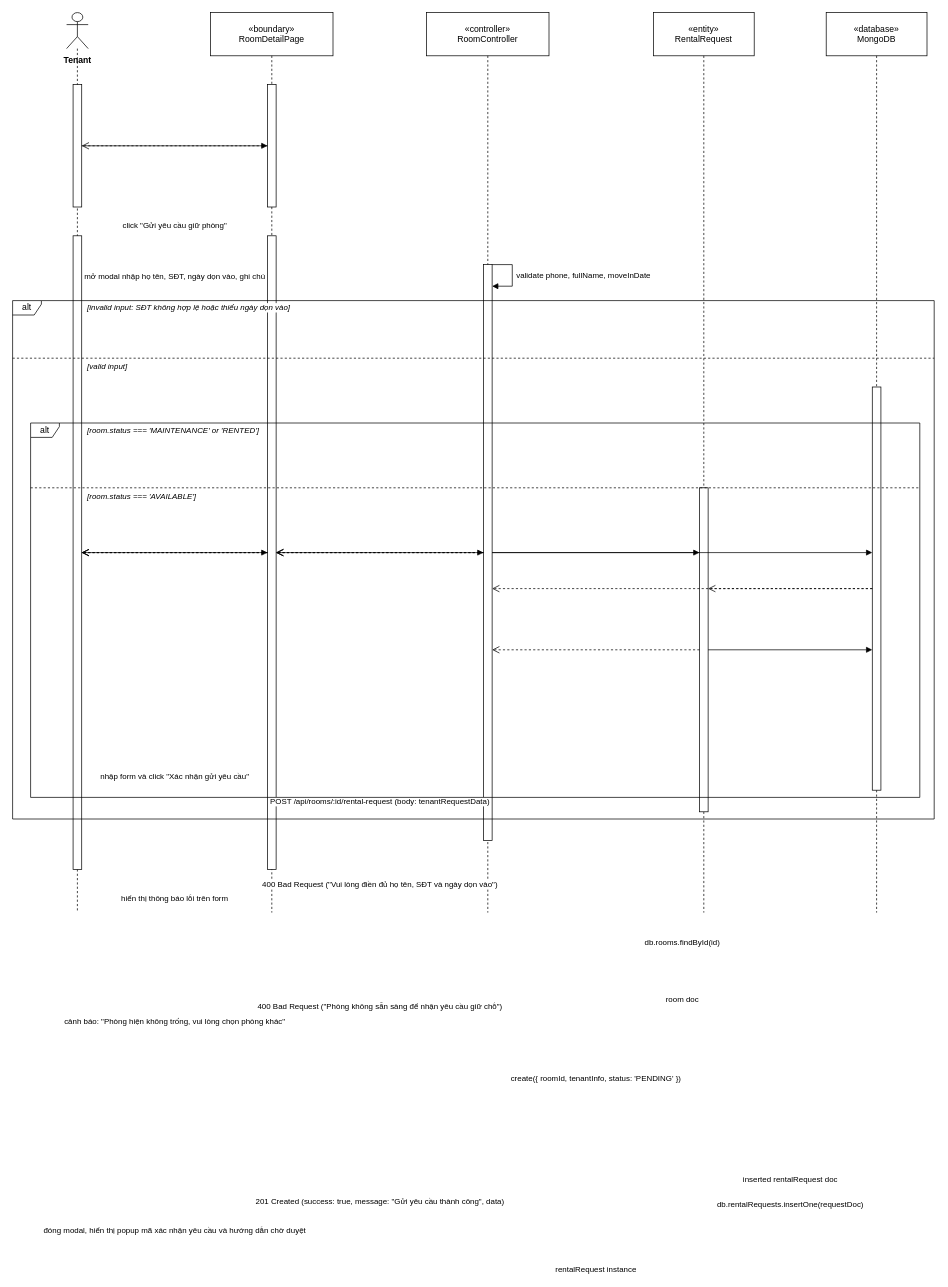
Earlier version of the draw.io diagram docs/diagrams/UC-M03_Request_Rental_SequenceDiagram.drawio (WanFJava/MotalManagementSystems). Source tidied: cells renumbered, new cells numbered last; positions are measured from the earlier drawing's top-left corner, leaving out a move shared by most shapes. Both pictures are drawn from the tidied source at 72%, with x=0, y=0 at pixel (12, 12).
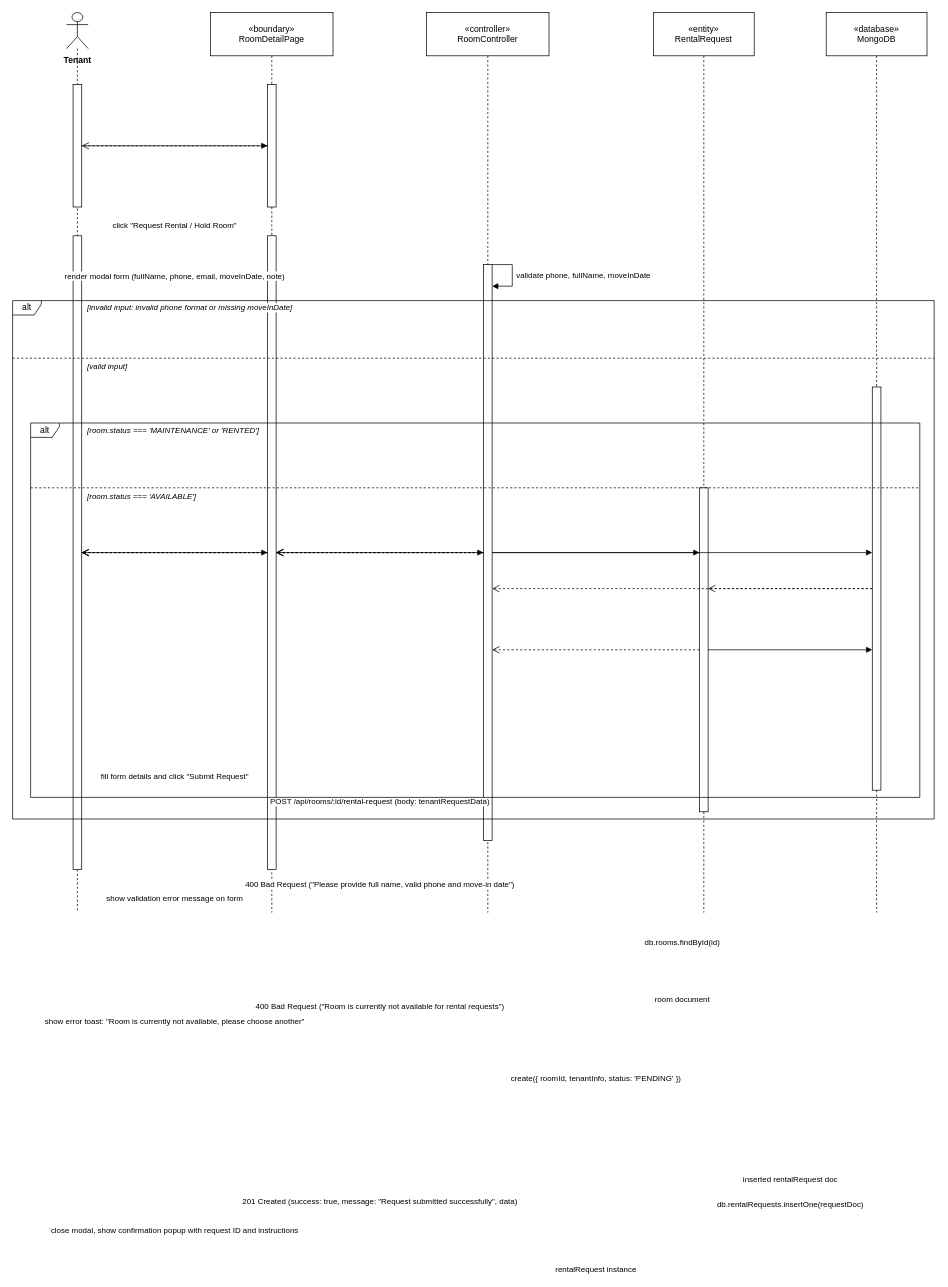
After the change.

Commit message (it also covers changes not shown here):
docs(uml): translate all Class and Sequence Diagrams to 100% English

Unchanged cells that the change refers to:
```xml
<mxCell id="7" style="html=1;points=[];perimeter=orthogonalPerimeter;outlineConnect=0;targetShapes=umlLifeline;portConstraint=eastwest;" parent="2" vertex="1">
  <mxGeometry x="9" y="100" width="12" height="170" as="geometry" />
</mxCell>
<mxCell id="8" style="html=1;points=[];perimeter=orthogonalPerimeter;outlineConnect=0;targetShapes=umlLifeline;portConstraint=eastwest;" parent="2" vertex="1">
  <mxGeometry x="9" y="310" width="12" height="880" as="geometry" />
</mxCell>
<mxCell id="9" style="html=1;points=[];perimeter=orthogonalPerimeter;outlineConnect=0;targetShapes=umlLifeline;portConstraint=eastwest;" parent="3" vertex="1">
  <mxGeometry x="79" y="100" width="12" height="170" as="geometry" />
</mxCell>
<mxCell id="10" style="html=1;points=[];perimeter=orthogonalPerimeter;outlineConnect=0;targetShapes=umlLifeline;portConstraint=eastwest;" parent="3" vertex="1">
  <mxGeometry x="79" y="310" width="12" height="880" as="geometry" />
</mxCell>
<mxCell id="11" style="html=1;points=[];perimeter=orthogonalPerimeter;outlineConnect=0;targetShapes=umlLifeline;portConstraint=eastwest;" parent="4" vertex="1">
  <mxGeometry x="79" y="350" width="12" height="800" as="geometry" />
</mxCell>
<mxCell id="13" style="html=1;points=[];perimeter=orthogonalPerimeter;outlineConnect=0;targetShapes=umlLifeline;portConstraint=eastwest;" parent="6" vertex="1">
  <mxGeometry x="64" y="520" width="12" height="560" as="geometry" />
</mxCell>
```

What changed in the source:
```diff
@@
-    <mxCell id="14" value="click &quot;Gửi yêu cầu giữ phòng&quot;" style="html=1;verticalAlign=bottom;rounded=0;fontSize=11;endArrow=block;endFill=1;" parent="1" edge="1" source="7" target="9">
+    <mxCell id="14" value="click &quot;Request Rental / Hold Room&quot;" style="html=1;verticalAlign=bottom;rounded=0;fontSize=11;endArrow=block;endFill=1;" parent="1" edge="1" source="7" target="9">
       <mxGeometry relative="1" as="geometry">
         <mxPoint y="120" as="offset" />
       </mxGeometry>
     </mxCell>
-    <mxCell id="15" value="mở modal nhập họ tên, SĐT, ngày dọn vào, ghi chú" style="html=1;verticalAlign=bottom;rounded=0;fontSize=11;dashed=1;endArrow=open;endSize=8;" parent="1" edge="1" source="9" target="7">
+    <mxCell id="15" value="render modal form (fullName, phone, email, moveInDate, note)" style="html=1;verticalAlign=bottom;rounded=0;fontSize=11;dashed=1;endArrow=open;endSize=8;" parent="1" edge="1" source="9" target="7">
       <mxGeometry relative="1" as="geometry">
         <mxPoint y="190" as="offset" />
       </mxGeometry>
     </mxCell>
-    <mxCell id="16" value="nhập form và click &quot;Xác nhận gửi yêu cầu&quot;" style="html=1;verticalAlign=bottom;rounded=0;fontSize=11;endArrow=block;endFill=1;" parent="1" edge="1" source="8" target="10">
+    <mxCell id="16" value="fill form details and click &quot;Submit Request&quot;" style="html=1;verticalAlign=bottom;rounded=0;fontSize=11;endArrow=block;endFill=1;" parent="1" edge="1" source="8" target="10">
       <mxGeometry relative="1" as="geometry">
         <mxPoint y="320" as="offset" />
       </mxGeometry>
     </mxCell>
@@
-    <mxCell id="20" value="[invalid input: SĐT không hợp lệ hoặc thiếu ngày dọn vào]" style="text;html=1;align=left;verticalAlign=middle;whiteSpace=nowrap;fontSize=11;fontStyle=2;labelBackgroundColor=#ffffff;" parent="1" vertex="1">
+    <mxCell id="20" value="[invalid input: invalid phone format or missing moveInDate]" style="text;html=1;align=left;verticalAlign=middle;whiteSpace=nowrap;fontSize=11;fontStyle=2;labelBackgroundColor=#ffffff;" parent="1" vertex="1">
       <mxGeometry x="102" y="400" width="350" height="20" as="geometry" />
     </mxCell>
-    <mxCell id="21" value="400 Bad Request (&quot;Vui lòng điền đủ họ tên, SĐT và ngày dọn vào&quot;)" style="html=1;verticalAlign=bottom;rounded=0;fontSize=11;dashed=1;endArrow=open;endSize=8;" parent="1" edge="1" source="11" target="10">
+    <mxCell id="21" value="400 Bad Request (&quot;Please provide full name, valid phone and move-in date&quot;)" style="html=1;verticalAlign=bottom;rounded=0;fontSize=11;dashed=1;endArrow=open;endSize=8;" parent="1" edge="1" source="11" target="10">
       <mxGeometry relative="1" as="geometry">
         <mxPoint y="470" as="offset" />
       </mxGeometry>
     </mxCell>
-    <mxCell id="22" value="hiển thị thông báo lỗi trên form" style="html=1;verticalAlign=bottom;rounded=0;fontSize=11;dashed=1;endArrow=open;endSize=8;" parent="1" edge="1" source="10" target="8">
+    <mxCell id="22" value="show validation error message on form" style="html=1;verticalAlign=bottom;rounded=0;fontSize=11;dashed=1;endArrow=open;endSize=8;" parent="1" edge="1" source="10" target="8">
       <mxGeometry relative="1" as="geometry">
         <mxPoint y="490" as="offset" />
       </mxGeometry>
     </mxCell>
@@
-    <mxCell id="26" value="room doc" style="html=1;verticalAlign=bottom;rounded=0;fontSize=11;dashed=1;endArrow=open;endSize=8;" parent="1" edge="1" source="13" target="11">
+    <mxCell id="26" value="room document" style="html=1;verticalAlign=bottom;rounded=0;fontSize=11;dashed=1;endArrow=open;endSize=8;" parent="1" edge="1" source="13" target="11">
       <mxGeometry relative="1" as="geometry">
         <mxPoint y="580" as="offset" />
       </mxGeometry>
     </mxCell>
@@
-    <mxCell id="29" value="400 Bad Request (&quot;Phòng không sẵn sàng để nhận yêu cầu giữ chỗ&quot;)" style="html=1;verticalAlign=bottom;rounded=0;fontSize=11;dashed=1;endArrow=open;endSize=8;" parent="1" edge="1" source="11" target="10">
+    <mxCell id="29" value="400 Bad Request (&quot;Room is currently not available for rental requests&quot;)" style="html=1;verticalAlign=bottom;rounded=0;fontSize=11;dashed=1;endArrow=open;endSize=8;" parent="1" edge="1" source="11" target="10">
       <mxGeometry relative="1" as="geometry">
         <mxPoint y="640" as="offset" />
       </mxGeometry>
     </mxCell>
-    <mxCell id="30" value="cảnh báo: &quot;Phòng hiện không trống, vui lòng chọn phòng khác&quot;" style="html=1;verticalAlign=bottom;rounded=0;fontSize=11;dashed=1;endArrow=open;endSize=8;" parent="1" edge="1" source="10" target="8">
+    <mxCell id="30" value="show error toast: &quot;Room is currently not available, please choose another&quot;" style="html=1;verticalAlign=bottom;rounded=0;fontSize=11;dashed=1;endArrow=open;endSize=8;" parent="1" edge="1" source="10" target="8">
       <mxGeometry relative="1" as="geometry">
         <mxPoint y="660" as="offset" />
       </mxGeometry>
     </mxCell>
@@
-    <mxCell id="37" value="201 Created (success: true, message: &quot;Gửi yêu cầu thành công&quot;, data)" style="html=1;verticalAlign=bottom;rounded=0;fontSize=11;dashed=1;endArrow=open;endSize=8;" parent="1" edge="1" source="11" target="10">
+    <mxCell id="37" value="201 Created (success: true, message: &quot;Request submitted successfully&quot;, data)" style="html=1;verticalAlign=bottom;rounded=0;fontSize=11;dashed=1;endArrow=open;endSize=8;" parent="1" edge="1" source="11" target="10">
       <mxGeometry relative="1" as="geometry">
         <mxPoint y="910" as="offset" />
       </mxGeometry>
     </mxCell>
-    <mxCell id="38" value="đóng modal, hiển thị popup mã xác nhận yêu cầu và hướng dẫn chờ duyệt" style="html=1;verticalAlign=bottom;rounded=0;fontSize=11;dashed=1;endArrow=open;endSize=8;" parent="1" edge="1" source="10" target="8">
+    <mxCell id="38" value="close modal, show confirmation popup with request ID and instructions" style="html=1;verticalAlign=bottom;rounded=0;fontSize=11;dashed=1;endArrow=open;endSize=8;" parent="1" edge="1" source="10" target="8">
       <mxGeometry relative="1" as="geometry">
         <mxPoint y="950" as="offset" />
       </mxGeometry>
     </mxCell>
```
